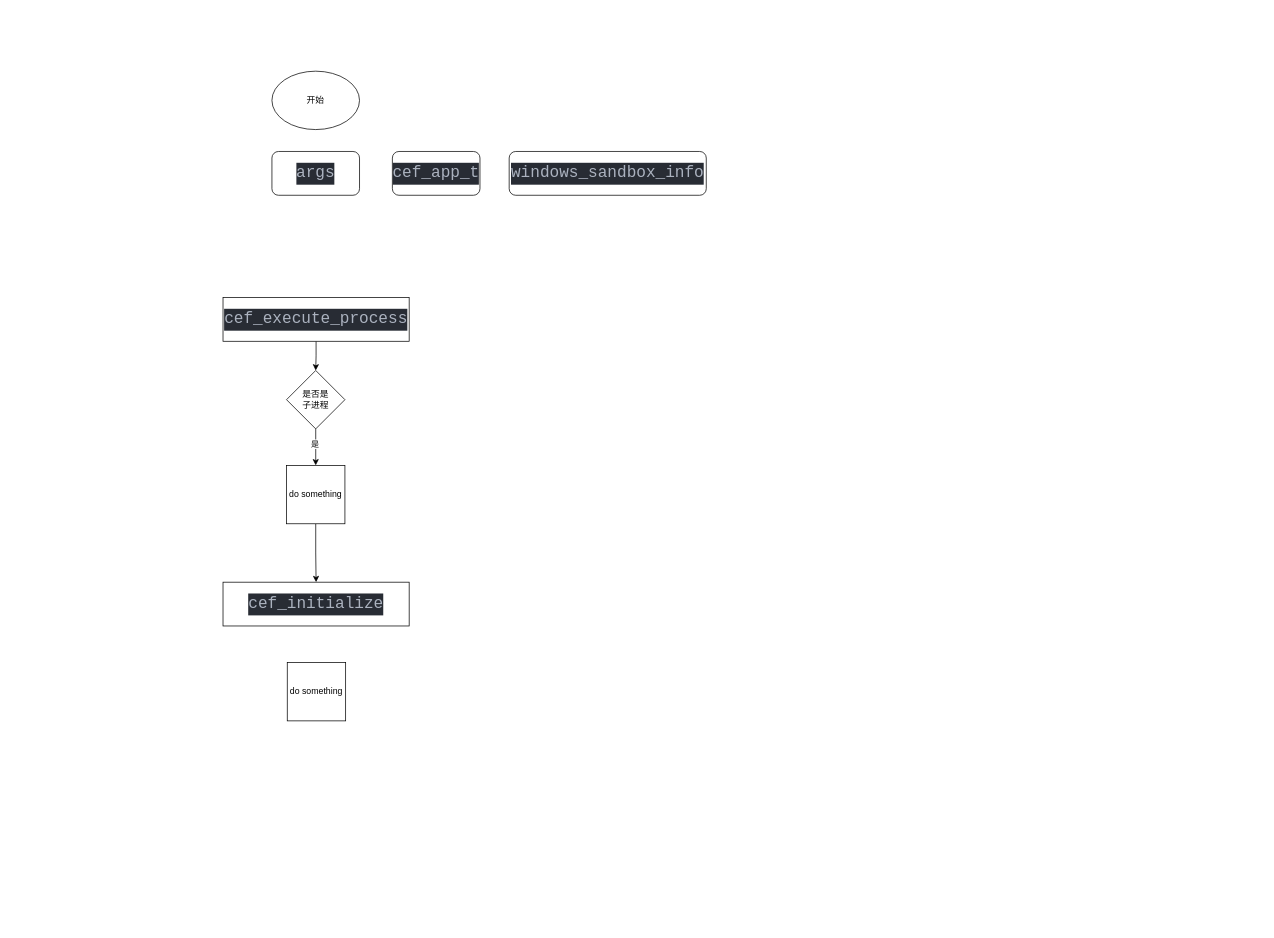
User-Cool/libcef-c-doc keeps this draw.io diagram as 未命名绘图.drawio. Above is the earlier version. Source tidied: cells renumbered, new cells numbered last; positions are measured from the earlier drawing's top-left corner, leaving out a move shared by most shapes. Both pictures are drawn from the tidied source at 73%, with x=0, y=0 at pixel (223, 71).
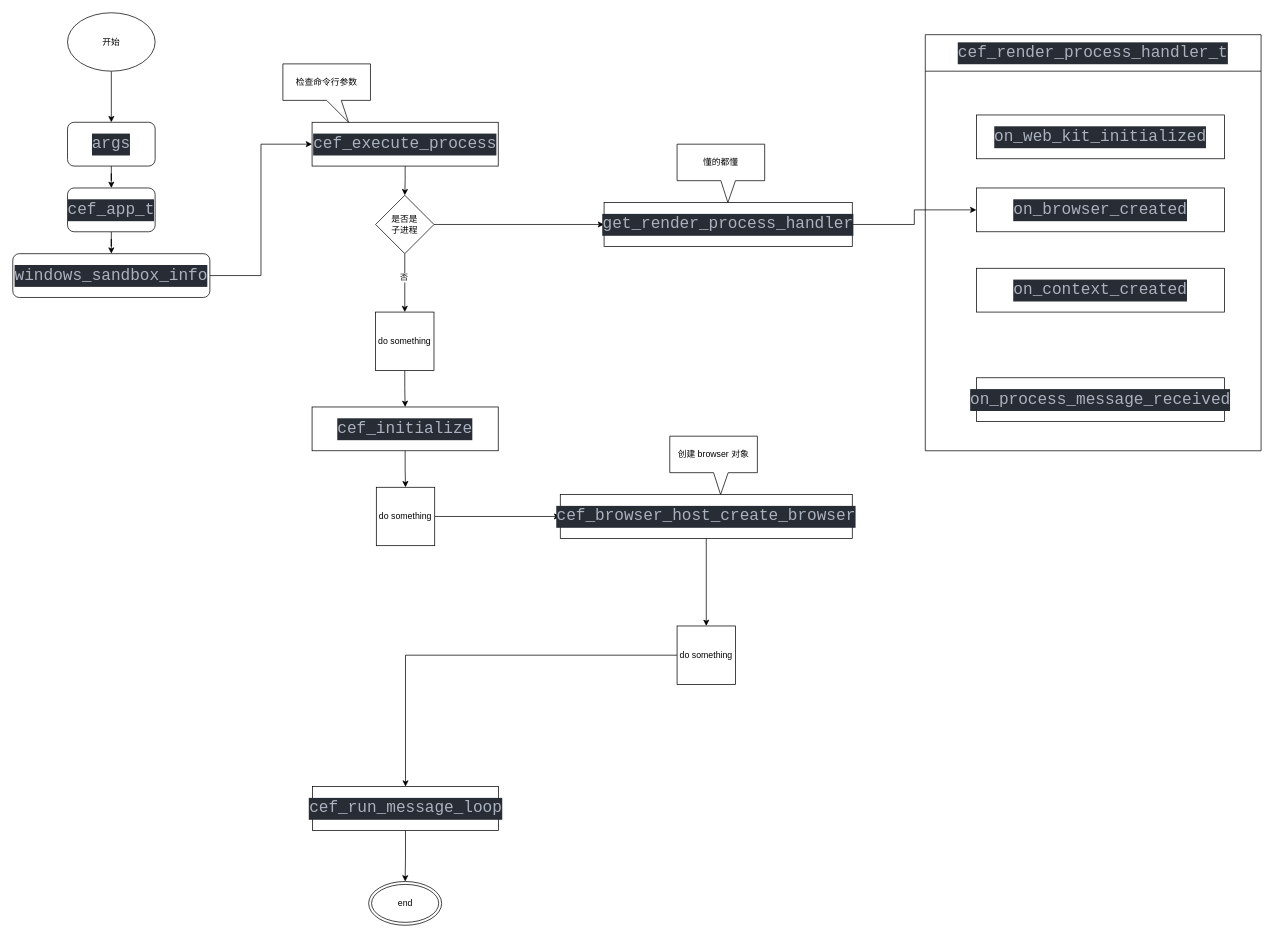
The same diagram, later.

Commit message (it also covers changes not shown here):
更新未命名绘图.drawio

Unchanged cells that the change refers to:
```xml
<mxCell id="5" style="edgeStyle=orthogonalEdgeStyle;rounded=0;jettySize=auto;html=1;" parent="1" edge="1" source="7" target="11">
  <mxGeometry relative="1" as="geometry" />
</mxCell>
```

What changed in the source:
```diff
@@
+    <mxCell id="15" style="edgeStyle=orthogonalEdgeStyle;rounded=0;jettySize=auto;html=1;entryX=0.5;entryY=0;entryDx=0;entryDy=0;" parent="1" edge="1" source="2" target="12">
+      <mxGeometry relative="1" as="geometry" />
+    </mxCell>
     <mxCell id="2" value="开始" style="ellipse;whiteSpace=wrap;html=1;" parent="1" vertex="1">
-      <mxGeometry x="67" width="120" height="80" as="geometry" />
+      <mxGeometry x="-213" y="-80" width="120" height="80" as="geometry" />
     </mxCell>
@@
     <mxCell id="4" value="&lt;div style=&quot;color: rgb(171, 178, 191); background-color: rgb(40, 44, 52); font-family: Consolas, &amp;quot;Source Code Pro&amp;quot;, &amp;quot;Source Code Pro&amp;quot;, Consolas, &amp;quot;Courier New&amp;quot;, monospace; font-size: 22px; line-height: 30px;&quot;&gt;cef_execute_process&lt;/div&gt;" style="rounded=0;whiteSpace=wrap;html=1;" parent="1" vertex="1">
-      <mxGeometry y="310" width="255" height="60" as="geometry" />
+      <mxGeometry x="122" y="70" width="255" height="60" as="geometry" />
     </mxCell>
@@
-    <mxCell id="6" value="是" style="edgeLabel;html=1;align=center;verticalAlign=middle;" parent="5" vertex="1">
+    <mxCell id="6" value="否" style="edgeLabel;html=1;align=center;verticalAlign=middle;" parent="5" vertex="1">
       <mxGeometry x="-0.2" y="-2" relative="1" as="geometry" />
     </mxCell>
+    <mxCell id="16" style="edgeStyle=orthogonalEdgeStyle;rounded=0;jettySize=auto;html=1;entryX=0;entryY=0.5;entryDx=0;entryDy=0;" parent="1" edge="1" source="7" target="30">
+      <mxGeometry relative="1" as="geometry" />
+    </mxCell>
     <mxCell id="7" value="是否是&lt;br&gt;子进程" style="rhombus;whiteSpace=wrap;html=1;" parent="1" vertex="1">
-      <mxGeometry x="87" y="410" width="80" height="80" as="geometry" />
+      <mxGeometry x="209" y="170" width="80" height="80" as="geometry" />
     </mxCell>
+    <mxCell id="17" style="edgeStyle=orthogonalEdgeStyle;rounded=0;jettySize=auto;html=1;entryX=0.5;entryY=0;entryDx=0;entryDy=0;" parent="1" edge="1" source="8" target="9">
+      <mxGeometry relative="1" as="geometry" />
+    </mxCell>
     <mxCell id="8" value="&lt;div style=&quot;color: rgb(171, 178, 191); background-color: rgb(40, 44, 52); font-family: Consolas, &amp;quot;Source Code Pro&amp;quot;, &amp;quot;Source Code Pro&amp;quot;, Consolas, &amp;quot;Courier New&amp;quot;, monospace; font-size: 22px; line-height: 30px;&quot;&gt;&lt;div style=&quot;line-height: 30px;&quot;&gt;cef_initialize&lt;/div&gt;&lt;/div&gt;" style="rounded=0;whiteSpace=wrap;html=1;" parent="1" vertex="1">
-      <mxGeometry y="700" width="255" height="60" as="geometry" />
+      <mxGeometry x="122" y="460" width="255" height="60" as="geometry" />
     </mxCell>
+    <mxCell id="18" style="edgeStyle=orthogonalEdgeStyle;rounded=0;jettySize=auto;html=1;entryX=0;entryY=0.5;entryDx=0;entryDy=0;" parent="1" edge="1" source="9" target="28">
+      <mxGeometry relative="1" as="geometry" />
+    </mxCell>
     <mxCell id="9" value="do something" style="whiteSpace=wrap;html=1;" parent="1" vertex="1">
-      <mxGeometry x="88" y="810" width="80" height="80" as="geometry" />
+      <mxGeometry x="210" y="570" width="80" height="80" as="geometry" />
     </mxCell>
@@
     <mxCell id="11" value="do something" style="whiteSpace=wrap;html=1;" parent="1" vertex="1">
-      <mxGeometry x="87" y="540" width="80" height="80" as="geometry" />
+      <mxGeometry x="209" y="330" width="80" height="80" as="geometry" />
     </mxCell>
+    <mxCell id="19" style="edgeStyle=orthogonalEdgeStyle;rounded=0;jettySize=auto;html=1;entryX=0.5;entryY=0;entryDx=0;entryDy=0;" parent="1" edge="1" source="12" target="13">
+      <mxGeometry relative="1" as="geometry" />
+    </mxCell>
     <mxCell id="12" value="&lt;div style=&quot;color: rgb(171, 178, 191); background-color: rgb(40, 44, 52); font-family: Consolas, &amp;quot;Source Code Pro&amp;quot;, &amp;quot;Source Code Pro&amp;quot;, Consolas, &amp;quot;Courier New&amp;quot;, monospace; font-size: 22px; line-height: 30px;&quot;&gt;args&lt;/div&gt;" style="rounded=1;whiteSpace=wrap;html=1;" parent="1" vertex="1">
-      <mxGeometry x="67" y="110" width="120" height="60" as="geometry" />
+      <mxGeometry x="-213" y="70" width="120" height="60" as="geometry" />
     </mxCell>
+    <mxCell id="20" style="edgeStyle=orthogonalEdgeStyle;rounded=0;jettySize=auto;html=1;" parent="1" edge="1" source="13" target="14">
+      <mxGeometry relative="1" as="geometry" />
+    </mxCell>
     <mxCell id="13" value="&lt;div style=&quot;color: rgb(171, 178, 191); background-color: rgb(40, 44, 52); font-family: Consolas, &amp;quot;Source Code Pro&amp;quot;, &amp;quot;Source Code Pro&amp;quot;, Consolas, &amp;quot;Courier New&amp;quot;, monospace; font-size: 22px; line-height: 30px;&quot;&gt;&lt;div style=&quot;line-height: 30px;&quot;&gt;cef_app_t&lt;/div&gt;&lt;/div&gt;" style="rounded=1;whiteSpace=wrap;html=1;" parent="1" vertex="1">
-      <mxGeometry x="232" y="110" width="120" height="60" as="geometry" />
+      <mxGeometry x="-213" y="160" width="120" height="60" as="geometry" />
     </mxCell>
+    <mxCell id="21" style="edgeStyle=orthogonalEdgeStyle;rounded=0;jettySize=auto;html=1;entryX=0;entryY=0.5;entryDx=0;entryDy=0;" parent="1" edge="1" source="14" target="4">
+      <mxGeometry relative="1" as="geometry" />
+    </mxCell>
     <mxCell id="14" value="&lt;div style=&quot;color: rgb(171, 178, 191); background-color: rgb(40, 44, 52); font-family: Consolas, &amp;quot;Source Code Pro&amp;quot;, &amp;quot;Source Code Pro&amp;quot;, Consolas, &amp;quot;Courier New&amp;quot;, monospace; font-size: 22px; line-height: 30px;&quot;&gt;&lt;div style=&quot;line-height: 30px;&quot;&gt;windows_sandbox_info&lt;/div&gt;&lt;/div&gt;" style="rounded=1;whiteSpace=wrap;html=1;" parent="1" vertex="1">
-      <mxGeometry x="392" y="110" width="270" height="60" as="geometry" />
+      <mxGeometry x="-288" y="250" width="270" height="60" as="geometry" />
     </mxCell>
+    <mxCell id="22" value="检查命令行参数" style="shape=callout;whiteSpace=wrap;html=1;perimeter=calloutPerimeter;position2=0.75;" parent="1" vertex="1">
+      <mxGeometry x="82" y="-10" width="120" height="80" as="geometry" />
+    </mxCell>
+    <mxCell id="23" style="edgeStyle=orthogonalEdgeStyle;rounded=0;jettySize=auto;html=1;" parent="1" edge="1" source="24" target="25">
+      <mxGeometry relative="1" as="geometry" />
+    </mxCell>
+    <mxCell id="24" value="&lt;div style=&quot;color: rgb(171, 178, 191); background-color: rgb(40, 44, 52); font-family: Consolas, &amp;quot;Source Code Pro&amp;quot;, &amp;quot;Source Code Pro&amp;quot;, Consolas, &amp;quot;Courier New&amp;quot;, monospace; font-size: 22px; line-height: 30px;&quot;&gt;&lt;div style=&quot;line-height: 30px;&quot;&gt;&lt;div style=&quot;line-height: 30px;&quot;&gt;cef_run_message_loop&lt;/div&gt;&lt;/div&gt;&lt;/div&gt;" style="rounded=0;whiteSpace=wrap;html=1;" parent="1" vertex="1">
+      <mxGeometry x="122.5" y="980" width="255" height="60" as="geometry" />
+    </mxCell>
+    <mxCell id="25" value="end" style="ellipse;shape=doubleEllipse;whiteSpace=wrap;html=1;" parent="1" vertex="1">
+      <mxGeometry x="199.5" y="1110" width="100" height="60" as="geometry" />
+    </mxCell>
+    <mxCell id="26" value="创建 browser 对象" style="shape=callout;whiteSpace=wrap;html=1;perimeter=calloutPerimeter;position2=0.58;" parent="1" vertex="1">
+      <mxGeometry x="612" y="500" width="120" height="80" as="geometry" />
+    </mxCell>
+    <mxCell id="27" style="edgeStyle=orthogonalEdgeStyle;rounded=0;jettySize=auto;html=1;entryX=0.5;entryY=0;entryDx=0;entryDy=0;" parent="1" edge="1" source="28" target="38">
+      <mxGeometry relative="1" as="geometry" />
+    </mxCell>
+    <mxCell id="28" value="&lt;div style=&quot;color: rgb(171, 178, 191); background-color: rgb(40, 44, 52); font-family: Consolas, &amp;quot;Source Code Pro&amp;quot;, &amp;quot;Source Code Pro&amp;quot;, Consolas, &amp;quot;Courier New&amp;quot;, monospace; font-size: 22px; line-height: 30px;&quot;&gt;&lt;div style=&quot;line-height: 30px;&quot;&gt;&lt;div style=&quot;line-height: 30px;&quot;&gt;&lt;div style=&quot;line-height: 30px;&quot;&gt;cef_browser_host_create_browser&lt;/div&gt;&lt;/div&gt;&lt;/div&gt;&lt;/div&gt;" style="rounded=0;whiteSpace=wrap;html=1;" parent="1" vertex="1">
+      <mxGeometry x="462" y="580" width="400" height="60" as="geometry" />
+    </mxCell>
+    <mxCell id="29" style="edgeStyle=orthogonalEdgeStyle;rounded=0;jettySize=auto;html=1;entryX=0;entryY=0.5;entryDx=0;entryDy=0;" parent="1" edge="1" source="30" target="34">
+      <mxGeometry relative="1" as="geometry" />
+    </mxCell>
+    <mxCell id="30" value="&lt;div style=&quot;color: rgb(171, 178, 191); background-color: rgb(40, 44, 52); font-family: Consolas, &amp;quot;Source Code Pro&amp;quot;, &amp;quot;Source Code Pro&amp;quot;, Consolas, &amp;quot;Courier New&amp;quot;, monospace; font-size: 22px; line-height: 30px;&quot;&gt;&lt;div style=&quot;line-height: 30px;&quot;&gt;get_render_process_handler&lt;/div&gt;&lt;/div&gt;" style="rounded=0;whiteSpace=wrap;html=1;" parent="1" vertex="1">
+      <mxGeometry x="522" y="180" width="340" height="60" as="geometry" />
+    </mxCell>
+    <mxCell id="31" value="懂的都懂" style="shape=callout;whiteSpace=wrap;html=1;perimeter=calloutPerimeter;position2=0.58;" parent="1" vertex="1">
+      <mxGeometry x="622" y="100" width="120" height="80" as="geometry" />
+    </mxCell>
+    <mxCell id="32" value="&lt;div style=&quot;color: rgb(171, 178, 191); background-color: rgb(40, 44, 52); font-family: Consolas, &amp;quot;Source Code Pro&amp;quot;, &amp;quot;Source Code Pro&amp;quot;, Consolas, &amp;quot;Courier New&amp;quot;, monospace; font-weight: normal; font-size: 22px; line-height: 30px;&quot;&gt;cef_render_process_handler_t&lt;/div&gt;" style="swimlane;whiteSpace=wrap;html=1;startSize=50;" parent="1" vertex="1">
+      <mxGeometry x="962" y="-50" width="460" height="570" as="geometry" />
+    </mxCell>
+    <mxCell id="33" value="&lt;div style=&quot;color: rgb(171, 178, 191); background-color: rgb(40, 44, 52); font-family: Consolas, &amp;quot;Source Code Pro&amp;quot;, &amp;quot;Source Code Pro&amp;quot;, Consolas, &amp;quot;Courier New&amp;quot;, monospace; font-size: 22px; line-height: 30px;&quot;&gt;&lt;div style=&quot;line-height: 30px;&quot;&gt;&lt;div style=&quot;line-height: 30px;&quot;&gt;on_web_kit_initialized&lt;/div&gt;&lt;/div&gt;&lt;/div&gt;" style="rounded=0;whiteSpace=wrap;html=1;" parent="32" vertex="1">
+      <mxGeometry x="70" y="110" width="340" height="60" as="geometry" />
+    </mxCell>
+    <mxCell id="34" value="&lt;div style=&quot;color: rgb(171, 178, 191); background-color: rgb(40, 44, 52); font-family: Consolas, &amp;quot;Source Code Pro&amp;quot;, &amp;quot;Source Code Pro&amp;quot;, Consolas, &amp;quot;Courier New&amp;quot;, monospace; font-size: 22px; line-height: 30px;&quot;&gt;&lt;div style=&quot;line-height: 30px;&quot;&gt;&lt;div style=&quot;line-height: 30px;&quot;&gt;on_browser_created&lt;/div&gt;&lt;/div&gt;&lt;/div&gt;" style="rounded=0;whiteSpace=wrap;html=1;" parent="32" vertex="1">
+      <mxGeometry x="70" y="210" width="340" height="60" as="geometry" />
+    </mxCell>
+    <mxCell id="35" value="&lt;div style=&quot;color: rgb(171, 178, 191); background-color: rgb(40, 44, 52); font-family: Consolas, &amp;quot;Source Code Pro&amp;quot;, &amp;quot;Source Code Pro&amp;quot;, Consolas, &amp;quot;Courier New&amp;quot;, monospace; font-size: 22px; line-height: 30px;&quot;&gt;&lt;div style=&quot;line-height: 30px;&quot;&gt;&lt;div style=&quot;line-height: 30px;&quot;&gt;on_context_created&lt;/div&gt;&lt;/div&gt;&lt;/div&gt;" style="rounded=0;whiteSpace=wrap;html=1;" parent="32" vertex="1">
+      <mxGeometry x="70" y="320" width="340" height="60" as="geometry" />
+    </mxCell>
+    <mxCell id="36" value="&lt;div style=&quot;color: rgb(171, 178, 191); background-color: rgb(40, 44, 52); font-family: Consolas, &amp;quot;Source Code Pro&amp;quot;, &amp;quot;Source Code Pro&amp;quot;, Consolas, &amp;quot;Courier New&amp;quot;, monospace; font-size: 22px; line-height: 30px;&quot;&gt;&lt;div style=&quot;line-height: 30px;&quot;&gt;&lt;div style=&quot;line-height: 30px;&quot;&gt;&lt;div style=&quot;line-height: 30px;&quot;&gt;on_process_message_received&lt;/div&gt;&lt;/div&gt;&lt;/div&gt;&lt;/div&gt;" style="rounded=0;whiteSpace=wrap;html=1;" parent="32" vertex="1">
+      <mxGeometry x="70" y="470" width="340" height="60" as="geometry" />
+    </mxCell>
+    <mxCell id="37" style="edgeStyle=orthogonalEdgeStyle;rounded=0;jettySize=auto;html=1;entryX=0.5;entryY=0;entryDx=0;entryDy=0;" parent="1" edge="1" source="38" target="24">
+      <mxGeometry relative="1" as="geometry" />
+    </mxCell>
+    <mxCell id="38" value="do something" style="whiteSpace=wrap;html=1;" parent="1" vertex="1">
+      <mxGeometry x="622" y="760" width="80" height="80" as="geometry" />
+    </mxCell>
```
